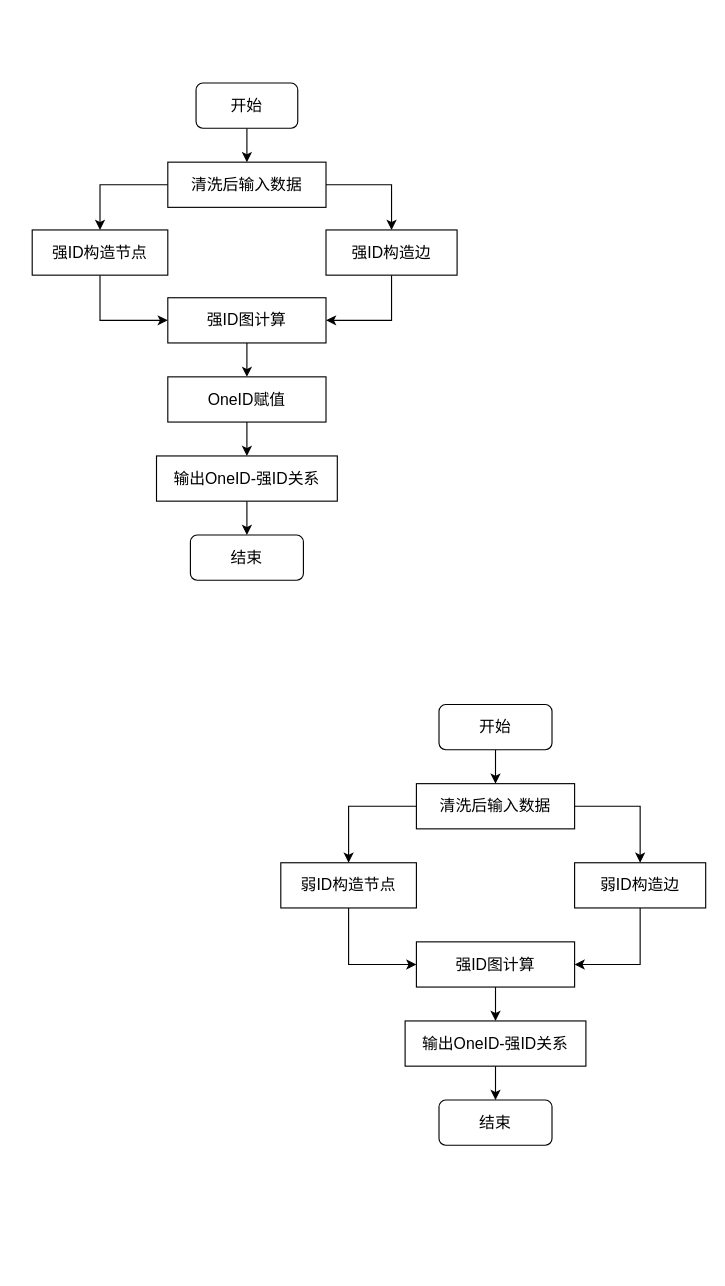
This is 强ID.drawio from pjy12345611/-1, a draw.io file, before an edit. Source tidied: cells renumbered, new cells numbered last; positions are measured from the earlier drawing's top-left corner, leaving out a move shared by most shapes. Both pictures are drawn from the tidied source at 113%, with x=0, y=0 at pixel (32, 82).
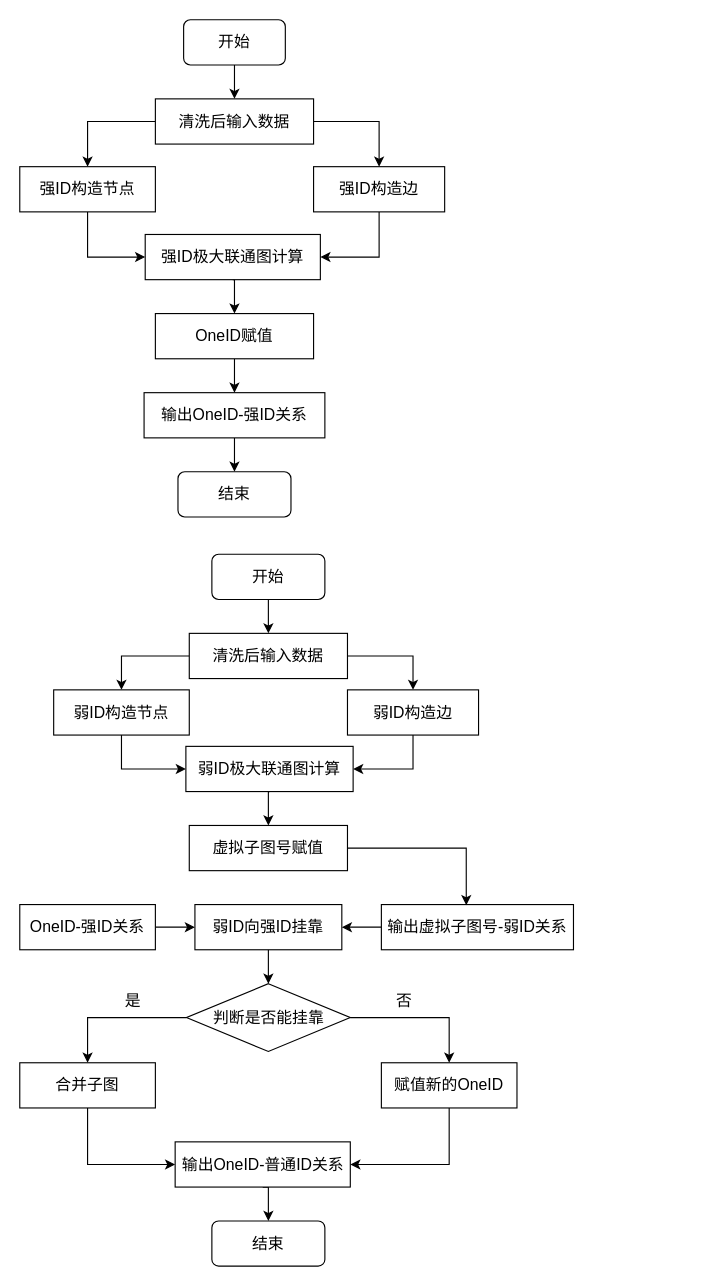
After the change.

What changed in the source:
```diff
@@
     <mxCell id="4" value="&lt;font style=&quot;font-size: 14px;&quot;&gt;清洗后输入数据&lt;/font&gt;" style="rounded=0;whiteSpace=wrap;html=1;" parent="1" vertex="1">
-      <mxGeometry x="120" y="70" width="140" height="40" as="geometry" />
+      <mxGeometry x="109" y="14" width="140" height="40" as="geometry" />
     </mxCell>
@@
     <mxCell id="6" value="&lt;font style=&quot;font-size: 14px;&quot;&gt;开始&lt;/font&gt;" style="rounded=1;whiteSpace=wrap;html=1;" parent="1" vertex="1">
-      <mxGeometry x="145" width="90" height="40" as="geometry" />
+      <mxGeometry x="134" y="-56" width="90" height="40" as="geometry" />
     </mxCell>
@@
     <mxCell id="8" value="&lt;font style=&quot;font-size: 14px;&quot;&gt;强ID构造节点&lt;/font&gt;" style="whiteSpace=wrap;html=1;rounded=0;" parent="1" vertex="1">
-      <mxGeometry y="130" width="120" height="40" as="geometry" />
+      <mxGeometry x="-11" y="74" width="120" height="40" as="geometry" />
     </mxCell>
@@
     <mxCell id="10" value="&lt;font style=&quot;font-size: 14px;&quot;&gt;强ID构造边&lt;/font&gt;" style="rounded=0;whiteSpace=wrap;html=1;" parent="1" vertex="1">
-      <mxGeometry x="260" y="130" width="116" height="40" as="geometry" />
+      <mxGeometry x="249" y="74" width="116" height="40" as="geometry" />
     </mxCell>
@@
-    <mxCell id="12" value="&lt;font style=&quot;font-size: 14px;&quot;&gt;强ID图计算&lt;/font&gt;" style="rounded=0;whiteSpace=wrap;html=1;" parent="1" vertex="1">
-      <mxGeometry x="120" y="190" width="140" height="40" as="geometry" />
+    <mxCell id="12" value="&lt;font style=&quot;font-size: 14px;&quot;&gt;强ID极大联通图计算&lt;/font&gt;" style="rounded=0;whiteSpace=wrap;html=1;" parent="1" vertex="1">
+      <mxGeometry x="100" y="134" width="155" height="40" as="geometry" />
     </mxCell>
@@
     <mxCell id="14" value="&lt;font style=&quot;font-size: 14px;&quot;&gt;输出OneID-强ID关系&lt;/font&gt;" style="rounded=0;whiteSpace=wrap;html=1;" parent="1" vertex="1">
-      <mxGeometry x="110" y="330" width="160" height="40" as="geometry" />
+      <mxGeometry x="99" y="274" width="160" height="40" as="geometry" />
     </mxCell>
     <mxCell id="15" value="&lt;font style=&quot;font-size: 14px;&quot;&gt;结束&lt;/font&gt;" style="rounded=1;whiteSpace=wrap;html=1;" parent="1" vertex="1">
-      <mxGeometry x="140" y="400" width="100" height="40" as="geometry" />
+      <mxGeometry x="129" y="344" width="100" height="40" as="geometry" />
     </mxCell>
@@
     <mxCell id="18" value="&lt;font style=&quot;font-size: 14px;&quot;&gt;清洗后输入数据&lt;/font&gt;" style="rounded=0;whiteSpace=wrap;html=1;" parent="1" vertex="1">
-      <mxGeometry x="340" y="620" width="140" height="40" as="geometry" />
+      <mxGeometry x="139" y="487" width="140" height="40" as="geometry" />
     </mxCell>
@@
     <mxCell id="20" value="&lt;font style=&quot;font-size: 14px;&quot;&gt;开始&lt;/font&gt;" style="rounded=1;whiteSpace=wrap;html=1;" parent="1" vertex="1">
-      <mxGeometry x="360" y="550" width="100" height="40" as="geometry" />
+      <mxGeometry x="159" y="417" width="100" height="40" as="geometry" />
     </mxCell>
@@
     <mxCell id="22" value="&lt;font style=&quot;font-size: 14px;&quot;&gt;弱ID构造节点&lt;/font&gt;" style="whiteSpace=wrap;html=1;rounded=0;" parent="1" vertex="1">
-      <mxGeometry x="220" y="690" width="120" height="40" as="geometry" />
+      <mxGeometry x="19" y="537" width="120" height="40" as="geometry" />
     </mxCell>
@@
     <mxCell id="24" value="&lt;font style=&quot;font-size: 14px;&quot;&gt;弱ID构造边&lt;/font&gt;" style="rounded=0;whiteSpace=wrap;html=1;" parent="1" vertex="1">
-      <mxGeometry x="480" y="690" width="116" height="40" as="geometry" />
+      <mxGeometry x="279" y="537" width="116" height="40" as="geometry" />
     </mxCell>
-    <mxCell id="25" style="edgeStyle=orthogonalEdgeStyle;rounded=0;jettySize=auto;html=1;exitX=0.5;exitY=1;exitDx=0;exitDy=0;entryX=0.5;entryY=0;entryDx=0;entryDy=0;fontSize=14;" parent="1" edge="1" source="26" target="28">
-      <mxGeometry relative="1" as="geometry" />
-    </mxCell>
+    <mxCell id="32" style="edgeStyle=orthogonalEdgeStyle;rounded=0;jettySize=auto;html=1;exitX=0.5;exitY=1;exitDx=0;exitDy=0;entryX=0.5;entryY=0;entryDx=0;entryDy=0;fontSize=14;" parent="1" edge="1" source="26" target="35">
+      <mxGeometry relative="1" as="geometry" />
+    </mxCell>
-    <mxCell id="26" value="&lt;font style=&quot;font-size: 14px;&quot;&gt;强ID图计算&lt;/font&gt;" style="rounded=0;whiteSpace=wrap;html=1;" parent="1" vertex="1">
-      <mxGeometry x="340" y="760" width="140" height="40" as="geometry" />
+    <mxCell id="26" value="&lt;font style=&quot;font-size: 14px;&quot;&gt;弱ID极大联通图计算&lt;/font&gt;" style="rounded=0;whiteSpace=wrap;html=1;" parent="1" vertex="1">
+      <mxGeometry x="136" y="587" width="148" height="40" as="geometry" />
     </mxCell>
-    <mxCell id="27" style="edgeStyle=orthogonalEdgeStyle;rounded=0;jettySize=auto;html=1;exitX=0.5;exitY=1;exitDx=0;exitDy=0;entryX=0.5;entryY=0;entryDx=0;entryDy=0;fontSize=14;" parent="1" edge="1" source="28" target="29">
-      <mxGeometry relative="1" as="geometry" />
-    </mxCell>
+    <mxCell id="33" style="edgeStyle=orthogonalEdgeStyle;rounded=0;jettySize=auto;html=1;exitX=0;exitY=0.5;exitDx=0;exitDy=0;entryX=1;entryY=0.5;entryDx=0;entryDy=0;fontSize=14;" parent="1" edge="1" source="28" target="39">
+      <mxGeometry relative="1" as="geometry" />
+    </mxCell>
-    <mxCell id="28" value="&lt;font style=&quot;font-size: 14px;&quot;&gt;输出OneID-强ID关系&lt;/font&gt;" style="rounded=0;whiteSpace=wrap;html=1;" parent="1" vertex="1">
-      <mxGeometry x="330" y="830" width="160" height="40" as="geometry" />
+    <mxCell id="28" value="&lt;font style=&quot;font-size: 14px;&quot;&gt;输出虚拟子图号-弱ID关系&lt;/font&gt;" style="rounded=0;whiteSpace=wrap;html=1;" parent="1" vertex="1">
+      <mxGeometry x="309" y="727" width="170" height="40" as="geometry" />
     </mxCell>
     <mxCell id="29" value="&lt;font style=&quot;font-size: 14px;&quot;&gt;结束&lt;/font&gt;" style="rounded=1;whiteSpace=wrap;html=1;" parent="1" vertex="1">
-      <mxGeometry x="360" y="900" width="100" height="40" as="geometry" />
+      <mxGeometry x="159" y="1007" width="100" height="40" as="geometry" />
     </mxCell>
@@
     <mxCell id="31" value="&lt;font style=&quot;font-size: 14px;&quot;&gt;OneID赋值&lt;/font&gt;" style="rounded=0;whiteSpace=wrap;html=1;" parent="1" vertex="1">
-      <mxGeometry x="120" y="260" width="140" height="40" as="geometry" />
+      <mxGeometry x="109" y="204" width="140" height="40" as="geometry" />
     </mxCell>
+    <mxCell id="34" style="edgeStyle=orthogonalEdgeStyle;rounded=0;jettySize=auto;html=1;entryX=0.442;entryY=0.015;entryDx=0;entryDy=0;entryPerimeter=0;fontSize=14;" parent="1" edge="1" source="35" target="28">
+      <mxGeometry relative="1" as="geometry" />
+    </mxCell>
+    <mxCell id="35" value="&lt;font style=&quot;font-size: 14px;&quot;&gt;虚拟子图号赋值&lt;/font&gt;" style="rounded=0;whiteSpace=wrap;html=1;" parent="1" vertex="1">
+      <mxGeometry x="139" y="657" width="140" height="40" as="geometry" />
+    </mxCell>
+    <mxCell id="36" style="edgeStyle=orthogonalEdgeStyle;rounded=0;jettySize=auto;html=1;exitX=1;exitY=0.5;exitDx=0;exitDy=0;entryX=0;entryY=0.5;entryDx=0;entryDy=0;fontSize=14;" parent="1" edge="1" source="37" target="39">
+      <mxGeometry relative="1" as="geometry" />
+    </mxCell>
+    <mxCell id="37" value="&lt;font style=&quot;font-size: 14px;&quot;&gt;OneID-强ID关系&lt;/font&gt;" style="rounded=0;whiteSpace=wrap;html=1;" parent="1" vertex="1">
+      <mxGeometry x="-11" y="727" width="120" height="40" as="geometry" />
+    </mxCell>
+    <mxCell id="38" style="edgeStyle=orthogonalEdgeStyle;rounded=0;jettySize=auto;html=1;exitX=0.5;exitY=1;exitDx=0;exitDy=0;fontSize=14;" parent="1" edge="1" source="39" target="42">
+      <mxGeometry relative="1" as="geometry" />
+    </mxCell>
+    <mxCell id="39" value="&lt;span style=&quot;font-size: 14px;&quot;&gt;弱ID向强ID挂靠&lt;/span&gt;" style="rounded=0;whiteSpace=wrap;html=1;" parent="1" vertex="1">
+      <mxGeometry x="144" y="727" width="130" height="40" as="geometry" />
+    </mxCell>
+    <mxCell id="40" style="edgeStyle=orthogonalEdgeStyle;rounded=0;jettySize=auto;html=1;entryX=0.5;entryY=0;entryDx=0;entryDy=0;fontSize=14;" parent="1" edge="1" source="42" target="45">
+      <mxGeometry relative="1" as="geometry" />
+    </mxCell>
+    <mxCell id="41" style="edgeStyle=orthogonalEdgeStyle;rounded=0;jettySize=auto;html=1;fontSize=14;" parent="1" edge="1" source="42" target="47">
+      <mxGeometry relative="1" as="geometry" />
+    </mxCell>
+    <mxCell id="42" value="判断是否能挂靠" style="rhombus;whiteSpace=wrap;html=1;fontSize=14;" parent="1" vertex="1">
+      <mxGeometry x="136.5" y="797" width="145" height="60" as="geometry" />
+    </mxCell>
+    <mxCell id="43" style="edgeStyle=orthogonalEdgeStyle;rounded=0;orthogonalLoop=1;jettySize=auto;html=1;exitX=0.5;exitY=1;exitDx=0;exitDy=0;fontSize=14;" parent="1" edge="1" source="42" target="42">
+      <mxGeometry relative="1" as="geometry" />
+    </mxCell>
+    <mxCell id="44" style="edgeStyle=orthogonalEdgeStyle;rounded=0;jettySize=auto;html=1;exitX=0.5;exitY=1;exitDx=0;exitDy=0;entryX=0;entryY=0.5;entryDx=0;entryDy=0;fontSize=14;" parent="1" edge="1" source="45" target="51">
+      <mxGeometry relative="1" as="geometry" />
+    </mxCell>
+    <mxCell id="45" value="&lt;font style=&quot;font-size: 14px;&quot;&gt;合并子图&lt;/font&gt;" style="rounded=0;whiteSpace=wrap;html=1;" parent="1" vertex="1">
+      <mxGeometry x="-11" y="867" width="120" height="40" as="geometry" />
+    </mxCell>
+    <mxCell id="46" style="edgeStyle=orthogonalEdgeStyle;rounded=0;jettySize=auto;html=1;exitX=0.5;exitY=1;exitDx=0;exitDy=0;entryX=1;entryY=0.5;entryDx=0;entryDy=0;fontSize=14;" parent="1" edge="1" source="47" target="51">
+      <mxGeometry relative="1" as="geometry" />
+    </mxCell>
+    <mxCell id="47" value="&lt;font style=&quot;font-size: 14px;&quot;&gt;赋值新的OneID&lt;/font&gt;" style="rounded=0;whiteSpace=wrap;html=1;" parent="1" vertex="1">
+      <mxGeometry x="309" y="867" width="120" height="40" as="geometry" />
+    </mxCell>
+    <mxCell id="48" value="否" style="text;html=1;align=center;verticalAlign=middle;strokeColor=none;fillColor=none;fontSize=14;" parent="1" vertex="1">
+      <mxGeometry x="309" y="797" width="40" height="30" as="geometry" />
+    </mxCell>
+    <mxCell id="49" value="是" style="text;html=1;align=center;verticalAlign=middle;strokeColor=none;fillColor=none;fontSize=14;" parent="1" vertex="1">
+      <mxGeometry x="69" y="797" width="40" height="30" as="geometry" />
+    </mxCell>
+    <mxCell id="50" style="edgeStyle=orthogonalEdgeStyle;rounded=0;jettySize=auto;html=1;exitX=0.5;exitY=1;exitDx=0;exitDy=0;entryX=0.5;entryY=0;entryDx=0;entryDy=0;fontSize=14;" parent="1" edge="1" source="51" target="29">
+      <mxGeometry relative="1" as="geometry" />
+    </mxCell>
+    <mxCell id="51" value="&lt;font style=&quot;font-size: 14px;&quot;&gt;输出OneID-普通ID关系&lt;/font&gt;" style="rounded=0;whiteSpace=wrap;html=1;" parent="1" vertex="1">
+      <mxGeometry x="126.5" y="937" width="155" height="40" as="geometry" />
+    </mxCell>
```
